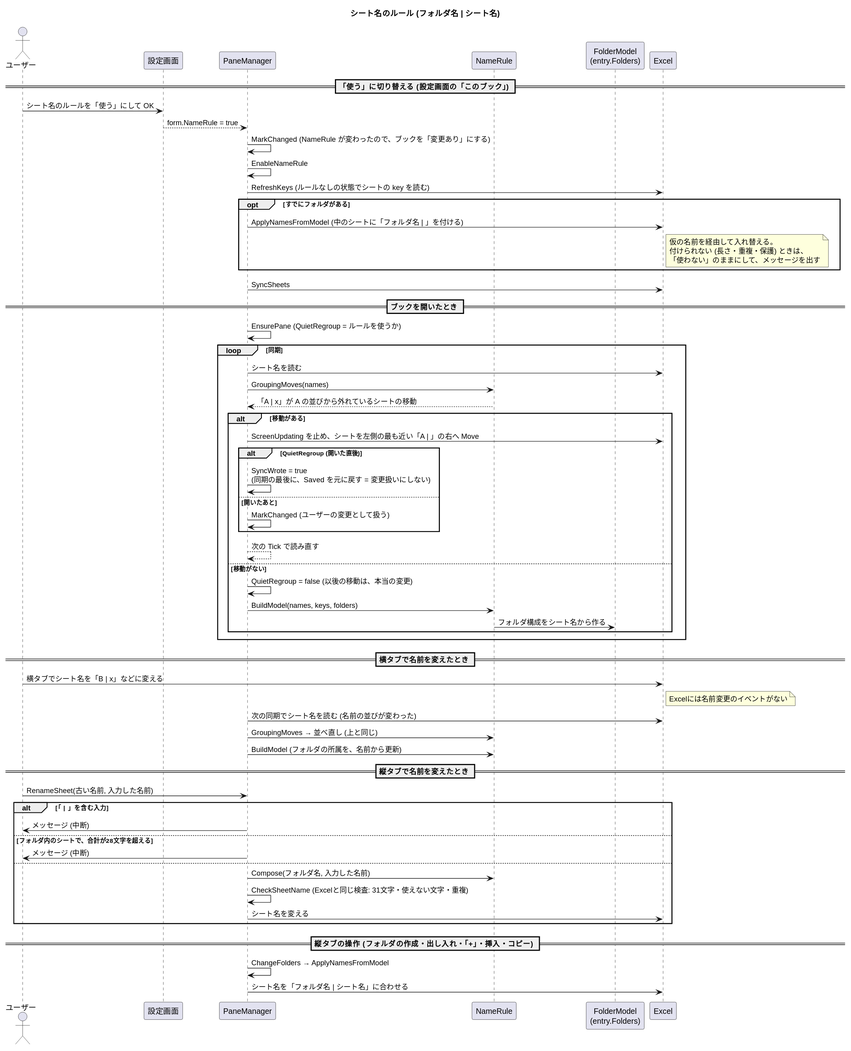
Earlier version of the PlantUML export docs/sequence-namerule.svg (nk-taka623/VerticalSheetTabs). Source of this version:
```plantuml
@startuml
title シート名のルール (フォルダ名 | シート名)
skinparam shadowing false
skinparam sequenceMessageAlign left

actor "ユーザー" as U
participant "設定画面" as D
participant "PaneManager" as P
participant "NameRule" as R
participant "FolderModel\n(entry.Folders)" as F
participant "Excel" as XL

== 「使う」に切り替える (設定画面の「このブック」) ==
U -> D : シート名のルールを「使う」にして OK
D --> P : form.NameRule = true
P -> P : MarkChanged (NameRule が変わったので、ブックを「変更あり」にする)
P -> P : EnableNameRule
P -> XL : RefreshKeys (ルールなしの状態でシートの key を読む)
opt すでにフォルダがある
  P -> XL : ApplyNamesFromModel (中のシートに「フォルダ名 | 」を付ける)
  note right of XL : 仮の名前を経由して入れ替える。\n付けられない (長さ・重複・保護) ときは、\n「使わない」のままにして、メッセージを出す
end
P -> XL : SyncSheets

== ブックを開いたとき ==
P -> P : EnsurePane (QuietRegroup = ルールを使うか)
loop 同期
  P -> XL : シート名を読む
  P -> R : GroupingMoves(names)
  R --> P : 「A | x」が A の並びから外れているシートの移動
  alt 移動がある
    P -> XL : ScreenUpdating を止め、シートを左側の最も近い「A | 」の右へ Move
    alt QuietRegroup (開いた直後)
      P -> P : SyncWrote = true\n(同期の最後に、Saved を元に戻す = 変更扱いにしない)
    else 開いたあと
      P -> P : MarkChanged (ユーザーの変更として扱う)
    end
    P --> P : 次の Tick で読み直す
  else 移動がない
    P -> P : QuietRegroup = false (以後の移動は、本当の変更)
    P -> R : BuildModel(names, keys, folders)
    R -> F : フォルダ構成をシート名から作る
  end
end

== 横タブで名前を変えたとき ==
U -> XL : 横タブでシート名を「B | x」などに変える
note right of XL : Excelには名前変更のイベントがない
P -> XL : 次の同期でシート名を読む (名前の並びが変わった)
P -> R : GroupingMoves → 並べ直し (上と同じ)
P -> R : BuildModel (フォルダの所属を、名前から更新)

== 縦タブで名前を変えたとき ==
U -> P : RenameSheet(古い名前, 入力した名前)
alt 「 | 」を含む入力
  P -> U : メッセージ (中断)
else フォルダ内のシートで、合計が28文字を超える
  P -> U : メッセージ (中断)
else
  P -> R : Compose(フォルダ名, 入力した名前)
  P -> P : CheckSheetName (Excelと同じ検査: 31文字・使えない文字・重複)
  P -> XL : シート名を変える
end

== 縦タブの操作 (フォルダの作成・出し入れ・「+」・挿入・コピー) ==
P -> P : ChangeFolders → ApplyNamesFromModel
P -> XL : シート名を「フォルダ名 | シート名」に合わせる
@enduml
```
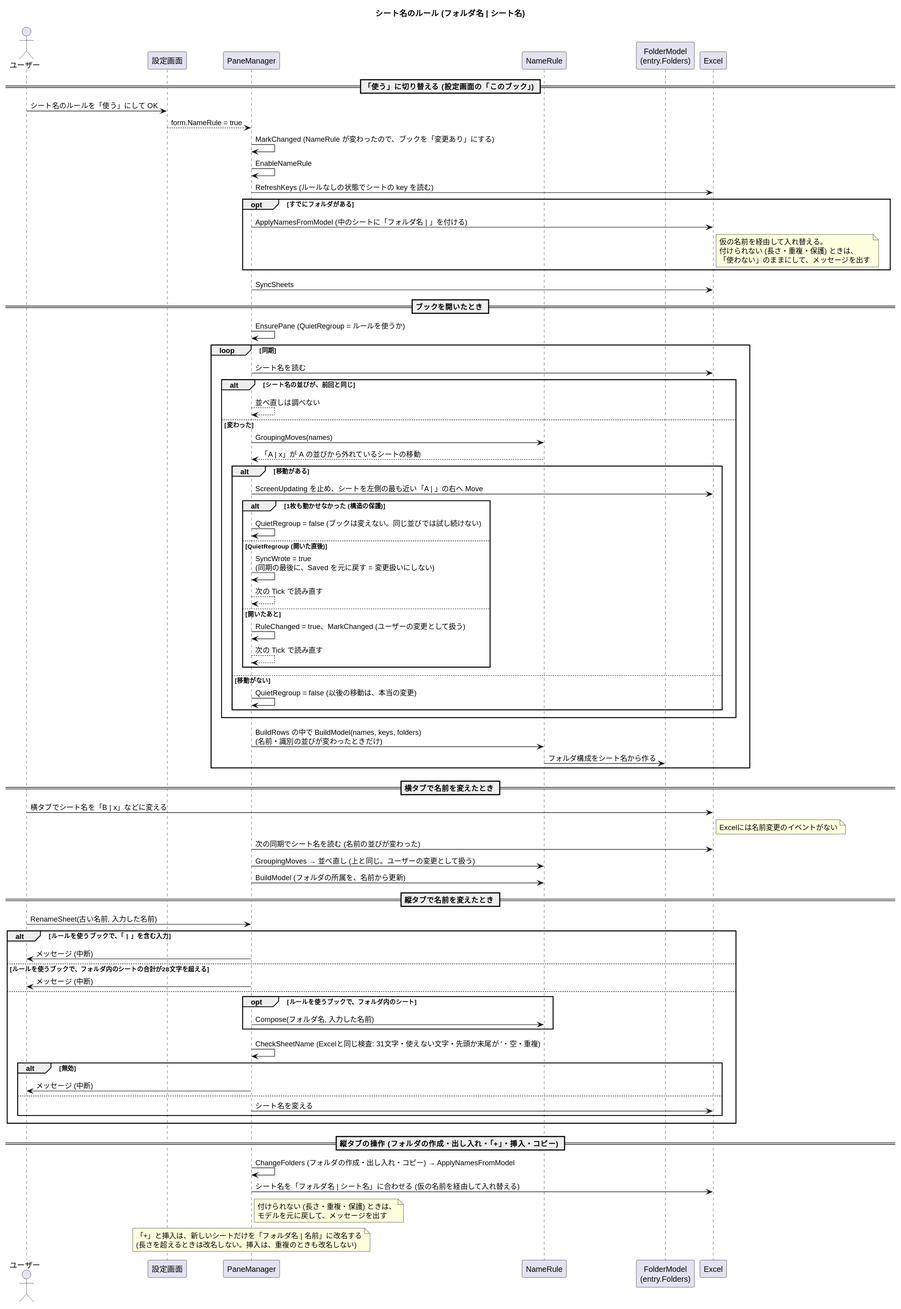
Above is the later version.

Diff of the diagram source:
```diff
@@ -26,43 +26,58 @@
 P -> P : EnsurePane (QuietRegroup = ルールを使うか)
 loop 同期
   P -> XL : シート名を読む
-  P -> R : GroupingMoves(names)
-  R --> P : 「A | x」が A の並びから外れているシートの移動
-  alt 移動がある
-    P -> XL : ScreenUpdating を止め、シートを左側の最も近い「A | 」の右へ Move
-    alt QuietRegroup (開いた直後)
-      P -> P : SyncWrote = true\n(同期の最後に、Saved を元に戻す = 変更扱いにしない)
-    else 開いたあと
-      P -> P : MarkChanged (ユーザーの変更として扱う)
+  alt シート名の並びが、前回と同じ
+    P --> P : 並べ直しは調べない
+  else 変わった
+    P -> R : GroupingMoves(names)
+    R --> P : 「A | x」が A の並びから外れているシートの移動
+    alt 移動がある
+      P -> XL : ScreenUpdating を止め、シートを左側の最も近い「A | 」の右へ Move
+      alt 1枚も動かせなかった (構造の保護)
+        P -> P : QuietRegroup = false (ブックは変えない。同じ並びでは試し続けない)
+      else QuietRegroup (開いた直後)
+        P -> P : SyncWrote = true\n(同期の最後に、Saved を元に戻す = 変更扱いにしない)
+        P --> P : 次の Tick で読み直す
+      else 開いたあと
+        P -> P : RuleChanged = true、MarkChanged (ユーザーの変更として扱う)
+        P --> P : 次の Tick で読み直す
+      end
+    else 移動がない
+      P -> P : QuietRegroup = false (以後の移動は、本当の変更)
     end
-    P --> P : 次の Tick で読み直す
-  else 移動がない
-    P -> P : QuietRegroup = false (以後の移動は、本当の変更)
-    P -> R : BuildModel(names, keys, folders)
-    R -> F : フォルダ構成をシート名から作る
   end
+  P -> R : BuildRows の中で BuildModel(names, keys, folders)\n(名前・識別の並びが変わったときだけ)
+  R -> F : フォルダ構成をシート名から作る
 end
 
 == 横タブで名前を変えたとき ==
 U -> XL : 横タブでシート名を「B | x」などに変える
 note right of XL : Excelには名前変更のイベントがない
 P -> XL : 次の同期でシート名を読む (名前の並びが変わった)
-P -> R : GroupingMoves → 並べ直し (上と同じ)
+P -> R : GroupingMoves → 並べ直し (上と同じ。ユーザーの変更として扱う)
 P -> R : BuildModel (フォルダの所属を、名前から更新)
 
 == 縦タブで名前を変えたとき ==
 U -> P : RenameSheet(古い名前, 入力した名前)
-alt 「 | 」を含む入力
+alt ルールを使うブックで、「 | 」を含む入力
   P -> U : メッセージ (中断)
-else フォルダ内のシートで、合計が28文字を超える
+else ルールを使うブックで、フォルダ内のシートの合計が28文字を超える
   P -> U : メッセージ (中断)
 else
-  P -> R : Compose(フォルダ名, 入力した名前)
-  P -> P : CheckSheetName (Excelと同じ検査: 31文字・使えない文字・重複)
-  P -> XL : シート名を変える
+  opt ルールを使うブックで、フォルダ内のシート
+    P -> R : Compose(フォルダ名, 入力した名前)
+  end
+  P -> P : CheckSheetName (Excelと同じ検査: 31文字・使えない文字・先頭か末尾が '・空・重複)
+  alt 無効
+    P -> U : メッセージ (中断)
+  else
+    P -> XL : シート名を変える
+  end
 end
 
 == 縦タブの操作 (フォルダの作成・出し入れ・「+」・挿入・コピー) ==
-P -> P : ChangeFolders → ApplyNamesFromModel
-P -> XL : シート名を「フォルダ名 | シート名」に合わせる
+P -> P : ChangeFolders (フォルダの作成・出し入れ・コピー) → ApplyNamesFromModel
+P -> XL : シート名を「フォルダ名 | シート名」に合わせる (仮の名前を経由して入れ替える)
+note right of P : 付けられない (長さ・重複・保護) ときは、\nモデルを元に戻して、メッセージを出す
+note over P : 「+」と挿入は、新しいシートだけを「フォルダ名 | 名前」に改名する\n(長さを超えるときは改名しない。挿入は、重複のときも改名しない)
 @enduml
```
